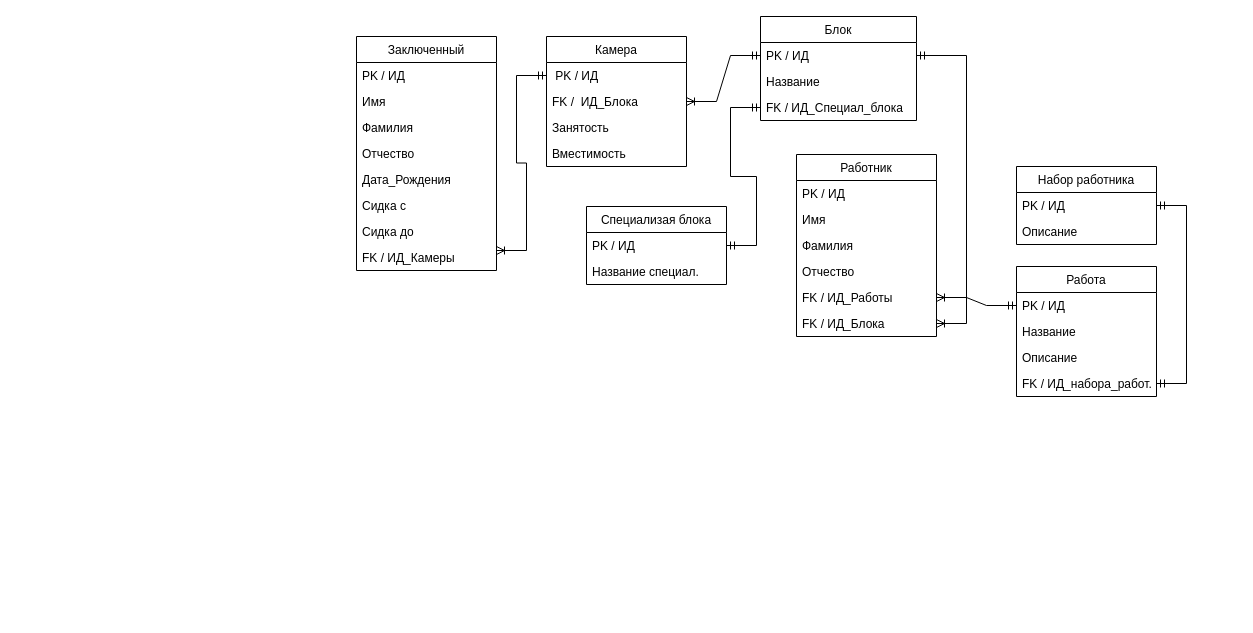
Above: DeepDarkPrison.drawio in UserPotato228/Educ_Practice0 (draw.io), before the change. Source tidied: cells renumbered, new cells numbered last; positions are measured from the earlier drawing's top-left corner, leaving out a move shared by most shapes. Both pictures are drawn from the tidied source at 100%, with x=0, y=0 at pixel (356, 16).
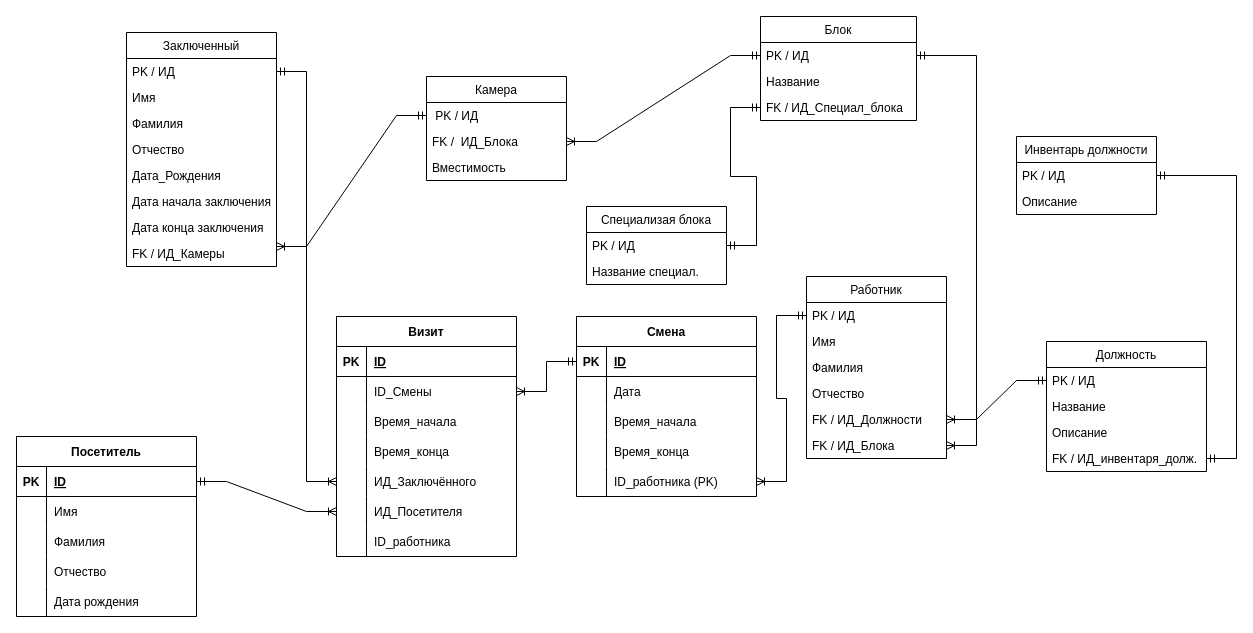
The same page after the edit.

Unchanged cells that the change refers to:
```xml
<mxCell id="12" value="PK / ИД" style="text;strokeColor=none;fillColor=none;align=left;verticalAlign=top;spacingLeft=4;spacingRight=4;overflow=hidden;points=[[0,0.5],[1,0.5]];portConstraint=eastwest;" parent="11" vertex="1">
  <mxGeometry y="26" width="140" height="26" as="geometry" />
</mxCell>
```

Change to the diagram source:
```diff
@@
     <mxCell id="2" value="Заключенный" style="swimlane;fontStyle=0;horizontal=1;startSize=26;fillColor=none;" parent="1" vertex="1">
-      <mxGeometry y="20" width="140" height="234" as="geometry" />
+      <mxGeometry x="-230" y="16" width="150" height="234" as="geometry" />
     </mxCell>
     <mxCell id="3" value="PK / ИД" style="text;strokeColor=none;fillColor=none;align=left;verticalAlign=top;spacingLeft=4;spacingRight=4;overflow=hidden;points=[[0,0.5],[1,0.5]];portConstraint=eastwest;" parent="2" vertex="1">
-      <mxGeometry y="26" width="140" height="26" as="geometry" />
+      <mxGeometry y="26" width="150" height="26" as="geometry" />
     </mxCell>
     <mxCell id="4" value="Имя" style="text;strokeColor=none;fillColor=none;align=left;verticalAlign=top;spacingLeft=4;spacingRight=4;overflow=hidden;" parent="2" vertex="1">
-      <mxGeometry y="52" width="140" height="26" as="geometry" />
+      <mxGeometry y="52" width="150" height="26" as="geometry" />
     </mxCell>
     <mxCell id="5" value="Фамилия" style="text;strokeColor=none;fillColor=none;align=left;verticalAlign=top;spacingLeft=4;spacingRight=4;overflow=hidden;" parent="2" vertex="1">
-      <mxGeometry y="78" width="140" height="26" as="geometry" />
+      <mxGeometry y="78" width="150" height="26" as="geometry" />
     </mxCell>
     <mxCell id="6" value="Отчество" style="text;strokeColor=none;fillColor=none;align=left;verticalAlign=top;spacingLeft=4;spacingRight=4;overflow=hidden;" parent="2" vertex="1">
-      <mxGeometry y="104" width="140" height="26" as="geometry" />
+      <mxGeometry y="104" width="150" height="26" as="geometry" />
     </mxCell>
     <mxCell id="7" value="Дата_Рождения" style="text;strokeColor=none;fillColor=none;align=left;verticalAlign=top;spacingLeft=4;spacingRight=4;overflow=hidden;" parent="2" vertex="1">
-      <mxGeometry y="130" width="140" height="26" as="geometry" />
+      <mxGeometry y="130" width="150" height="26" as="geometry" />
     </mxCell>
-    <mxCell id="8" value="Сидка с" style="text;strokeColor=none;fillColor=none;align=left;verticalAlign=top;spacingLeft=4;spacingRight=4;overflow=hidden;" parent="2" vertex="1">
-      <mxGeometry y="156" width="140" height="26" as="geometry" />
+    <mxCell id="8" value="Дата начала заключения" style="text;strokeColor=none;fillColor=none;align=left;verticalAlign=top;spacingLeft=4;spacingRight=4;overflow=hidden;" parent="2" vertex="1">
+      <mxGeometry y="156" width="150" height="26" as="geometry" />
     </mxCell>
-    <mxCell id="9" value="Сидка до" style="text;strokeColor=none;fillColor=none;align=left;verticalAlign=top;spacingLeft=4;spacingRight=4;overflow=hidden;" parent="2" vertex="1">
-      <mxGeometry y="182" width="140" height="26" as="geometry" />
+    <mxCell id="9" value="Дата конца заключения" style="text;strokeColor=none;fillColor=none;align=left;verticalAlign=top;spacingLeft=4;spacingRight=4;overflow=hidden;" parent="2" vertex="1">
+      <mxGeometry y="182" width="150" height="26" as="geometry" />
     </mxCell>
     <mxCell id="10" value="FK / ИД_Камеры" style="text;strokeColor=none;fillColor=none;align=left;verticalAlign=top;spacingLeft=4;spacingRight=4;overflow=hidden;points=[[0,0.5],[1,0.5]];portConstraint=eastwest;" parent="2" vertex="1">
-      <mxGeometry y="208" width="140" height="26" as="geometry" />
+      <mxGeometry y="208" width="150" height="26" as="geometry" />
     </mxCell>
     <mxCell id="11" value="Работник" style="swimlane;fontStyle=0;horizontal=1;startSize=26;fillColor=none;" parent="1" vertex="1">
-      <mxGeometry x="440" y="138" width="140" height="182" as="geometry" />
+      <mxGeometry x="450" y="260" width="140" height="182" as="geometry" />
     </mxCell>
@@
-    <mxCell id="16" value="FK / ИД_Работы" style="text;strokeColor=none;fillColor=none;align=left;verticalAlign=top;spacingLeft=4;spacingRight=4;overflow=hidden;points=[[0,0.5],[1,0.5]];portConstraint=eastwest;" parent="11" vertex="1">
+    <mxCell id="16" value="FK / ИД_Должности" style="text;strokeColor=none;fillColor=none;align=left;verticalAlign=top;spacingLeft=4;spacingRight=4;overflow=hidden;points=[[0,0.5],[1,0.5]];portConstraint=eastwest;" parent="11" vertex="1">
       <mxGeometry y="130" width="140" height="26" as="geometry" />
     </mxCell>
@@
     <mxCell id="18" value="Камера" style="swimlane;fontStyle=0;horizontal=1;startSize=26;fillColor=none;" parent="1" vertex="1">
-      <mxGeometry x="190" y="20" width="140" height="130" as="geometry" />
+      <mxGeometry x="70" y="60" width="140" height="104" as="geometry" />
     </mxCell>
@@
-    <mxCell id="21" value="Занятость" style="text;strokeColor=none;fillColor=none;align=left;verticalAlign=top;spacingLeft=4;spacingRight=4;overflow=hidden;" parent="18" vertex="1">
-      <mxGeometry y="78" width="140" height="26" as="geometry" />
-    </mxCell>
     <mxCell id="22" value="Вместимость" style="text;strokeColor=none;fillColor=none;align=left;verticalAlign=top;spacingLeft=4;spacingRight=4;overflow=hidden;" parent="18" vertex="1">
-      <mxGeometry y="104" width="140" height="26" as="geometry" />
+      <mxGeometry y="78" width="140" height="26" as="geometry" />
     </mxCell>
@@
-    <mxCell id="30" value="Работа" style="swimlane;fontStyle=0;horizontal=1;startSize=26;fillColor=none;" parent="1" vertex="1">
-      <mxGeometry x="660" y="250" width="140" height="130" as="geometry" />
+    <mxCell id="30" value="Должность" style="swimlane;fontStyle=0;horizontal=1;startSize=26;fillColor=none;" parent="1" vertex="1">
+      <mxGeometry x="690" y="325" width="160" height="130" as="geometry" />
     </mxCell>
     <mxCell id="31" value="PK / ИД" style="text;strokeColor=none;fillColor=none;align=left;verticalAlign=top;spacingLeft=4;spacingRight=4;overflow=hidden;points=[[0,0.5],[1,0.5]];portConstraint=eastwest;" parent="30" vertex="1">
-      <mxGeometry y="26" width="140" height="26" as="geometry" />
+      <mxGeometry y="26" width="160" height="26" as="geometry" />
     </mxCell>
     <mxCell id="32" value="Название" style="text;strokeColor=none;fillColor=none;align=left;verticalAlign=top;spacingLeft=4;spacingRight=4;overflow=hidden;" parent="30" vertex="1">
-      <mxGeometry y="52" width="140" height="26" as="geometry" />
+      <mxGeometry y="52" width="160" height="26" as="geometry" />
     </mxCell>
     <mxCell id="33" value="Описание" style="text;strokeColor=none;fillColor=none;align=left;verticalAlign=top;spacingLeft=4;spacingRight=4;overflow=hidden;" parent="30" vertex="1">
-      <mxGeometry y="78" width="140" height="26" as="geometry" />
+      <mxGeometry y="78" width="160" height="26" as="geometry" />
     </mxCell>
-    <mxCell id="34" value="FK / ИД_набора_работ." style="text;strokeColor=none;fillColor=none;align=left;verticalAlign=top;spacingLeft=4;spacingRight=4;overflow=hidden;points=[[0,0.5],[1,0.5]];portConstraint=eastwest;" parent="30" vertex="1">
-      <mxGeometry y="104" width="140" height="26" as="geometry" />
+    <mxCell id="34" value="FK / ИД_инвентаря_долж." style="text;strokeColor=none;fillColor=none;align=left;verticalAlign=top;spacingLeft=4;spacingRight=4;overflow=hidden;points=[[0,0.5],[1,0.5]];portConstraint=eastwest;" parent="30" vertex="1">
+      <mxGeometry y="104" width="160" height="26" as="geometry" />
     </mxCell>
-    <mxCell id="35" value="Набор работника" style="swimlane;fontStyle=0;horizontal=1;startSize=26;fillColor=none;" parent="1" vertex="1">
-      <mxGeometry x="660" y="150" width="140" height="78" as="geometry" />
+    <mxCell id="35" value="Инвентарь должности" style="swimlane;fontStyle=0;horizontal=1;startSize=26;fillColor=none;" parent="1" vertex="1">
+      <mxGeometry x="660" y="120" width="140" height="78" as="geometry" />
     </mxCell>
@@
+    <mxCell id="44" value="Смена" style="shape=table;startSize=30;childLayout=tableLayout;rowLines=0;fontStyle=1;align=center;" parent="1" vertex="1">
+      <mxGeometry x="220" y="300" width="180" height="180" as="geometry" />
+    </mxCell>
+    <mxCell id="45" style="shape=tableRow;horizontal=0;startSize=0;swimlaneHead=0;swimlaneBody=0;fillColor=none;points=[[0,0.5],[1,0.5]];portConstraint=eastwest;top=0;left=0;right=0;bottom=1;" parent="44" vertex="1">
+      <mxGeometry y="30" width="180" height="30" as="geometry" />
+    </mxCell>
+    <mxCell id="46" value="PK" style="shape=partialRectangle;fillColor=none;top=0;left=0;bottom=0;right=0;fontStyle=1;overflow=hidden;" parent="45" vertex="1">
+      <mxGeometry width="30" height="30" as="geometry" />
+    </mxCell>
+    <mxCell id="47" value="ID" style="shape=partialRectangle;fillColor=none;top=0;left=0;bottom=0;right=0;align=left;spacingLeft=6;fontStyle=5;overflow=hidden;" parent="45" vertex="1">
+      <mxGeometry x="30" width="150" height="30" as="geometry" />
+    </mxCell>
+    <mxCell id="48" style="shape=tableRow;horizontal=0;startSize=0;swimlaneHead=0;swimlaneBody=0;fillColor=none;top=0;left=0;right=0;bottom=0;" parent="44" vertex="1">
+      <mxGeometry y="60" width="180" height="30" as="geometry" />
+    </mxCell>
+    <mxCell id="49" style="shape=partialRectangle;fillColor=none;top=0;left=0;bottom=0;right=0;overflow=hidden;" parent="48" vertex="1">
+      <mxGeometry width="30" height="30" as="geometry" />
+    </mxCell>
+    <mxCell id="50" value="Дата" style="shape=partialRectangle;fillColor=none;top=0;left=0;bottom=0;right=0;align=left;spacingLeft=6;overflow=hidden;" parent="48" vertex="1">
+      <mxGeometry x="30" width="150" height="30" as="geometry" />
+    </mxCell>
+    <mxCell id="51" style="shape=tableRow;horizontal=0;startSize=0;swimlaneHead=0;swimlaneBody=0;fillColor=none;top=0;left=0;right=0;bottom=0;" parent="44" vertex="1">
+      <mxGeometry y="90" width="180" height="30" as="geometry" />
+    </mxCell>
+    <mxCell id="52" style="shape=partialRectangle;fillColor=none;top=0;left=0;bottom=0;right=0;overflow=hidden;" parent="51" vertex="1">
+      <mxGeometry width="30" height="30" as="geometry" />
+    </mxCell>
+    <mxCell id="53" value="Время_начала" style="shape=partialRectangle;fillColor=none;top=0;left=0;bottom=0;right=0;align=left;spacingLeft=6;overflow=hidden;" parent="51" vertex="1">
+      <mxGeometry x="30" width="150" height="30" as="geometry" />
+    </mxCell>
+    <mxCell id="54" style="shape=tableRow;horizontal=0;startSize=0;swimlaneHead=0;swimlaneBody=0;fillColor=none;top=0;left=0;right=0;bottom=0;" parent="44" vertex="1">
+      <mxGeometry y="120" width="180" height="30" as="geometry" />
+    </mxCell>
+    <mxCell id="55" style="shape=partialRectangle;fillColor=none;top=0;left=0;bottom=0;right=0;overflow=hidden;" parent="54" vertex="1">
+      <mxGeometry width="30" height="30" as="geometry" />
+    </mxCell>
+    <mxCell id="56" value="Время_конца" style="shape=partialRectangle;fillColor=none;top=0;left=0;bottom=0;right=0;align=left;spacingLeft=6;overflow=hidden;" parent="54" vertex="1">
+      <mxGeometry x="30" width="150" height="30" as="geometry" />
+    </mxCell>
+    <mxCell id="57" style="shape=tableRow;horizontal=0;startSize=0;swimlaneHead=0;swimlaneBody=0;fillColor=none;points=[[0,0.5],[1,0.5]];portConstraint=eastwest;top=0;left=0;right=0;bottom=0;" parent="44" vertex="1">
+      <mxGeometry y="150" width="180" height="30" as="geometry" />
+    </mxCell>
+    <mxCell id="58" style="shape=partialRectangle;fillColor=none;top=0;left=0;bottom=0;right=0;overflow=hidden;" parent="57" vertex="1">
+      <mxGeometry width="30" height="30" as="geometry" />
+    </mxCell>
+    <mxCell id="59" value="ID_работника (PK)" style="shape=partialRectangle;fillColor=none;top=0;left=0;bottom=0;right=0;align=left;spacingLeft=6;overflow=hidden;" parent="57" vertex="1">
+      <mxGeometry x="30" width="150" height="30" as="geometry" />
+    </mxCell>
+    <mxCell id="60" value="Визит" style="shape=table;startSize=30;childLayout=tableLayout;rowLines=0;fontStyle=1;align=center;" parent="1" vertex="1">
+      <mxGeometry x="-20" y="300" width="180" height="240" as="geometry" />
+    </mxCell>
+    <mxCell id="61" style="shape=tableRow;horizontal=0;startSize=0;swimlaneHead=0;swimlaneBody=0;fillColor=none;top=0;left=0;right=0;bottom=1;" parent="60" vertex="1">
+      <mxGeometry y="30" width="180" height="30" as="geometry" />
+    </mxCell>
+    <mxCell id="62" value="PK" style="shape=partialRectangle;fillColor=none;top=0;left=0;bottom=0;right=0;fontStyle=1;overflow=hidden;" parent="61" vertex="1">
+      <mxGeometry width="30" height="30" as="geometry" />
+    </mxCell>
+    <mxCell id="63" value="ID" style="shape=partialRectangle;fillColor=none;top=0;left=0;bottom=0;right=0;align=left;spacingLeft=6;fontStyle=5;overflow=hidden;" parent="61" vertex="1">
+      <mxGeometry x="30" width="150" height="30" as="geometry" />
+    </mxCell>
+    <mxCell id="64" style="shape=tableRow;horizontal=0;startSize=0;swimlaneHead=0;swimlaneBody=0;fillColor=none;points=[[0,0.5],[1,0.5]];portConstraint=eastwest;top=0;left=0;right=0;bottom=0;" parent="60" vertex="1">
+      <mxGeometry y="60" width="180" height="30" as="geometry" />
+    </mxCell>
+    <mxCell id="65" style="shape=partialRectangle;fillColor=none;top=0;left=0;bottom=0;right=0;overflow=hidden;" parent="64" vertex="1">
+      <mxGeometry width="30" height="30" as="geometry" />
+    </mxCell>
+    <mxCell id="66" value="ID_Смены" style="shape=partialRectangle;fillColor=none;top=0;left=0;bottom=0;right=0;align=left;spacingLeft=6;overflow=hidden;" parent="64" vertex="1">
+      <mxGeometry x="30" width="150" height="30" as="geometry" />
+    </mxCell>
+    <mxCell id="67" style="shape=tableRow;horizontal=0;startSize=0;swimlaneHead=0;swimlaneBody=0;fillColor=none;top=0;left=0;right=0;bottom=0;" parent="60" vertex="1">
+      <mxGeometry y="90" width="180" height="30" as="geometry" />
+    </mxCell>
+    <mxCell id="68" style="shape=partialRectangle;fillColor=none;top=0;left=0;bottom=0;right=0;overflow=hidden;" parent="67" vertex="1">
+      <mxGeometry width="30" height="30" as="geometry" />
+    </mxCell>
+    <mxCell id="69" value="Время_начала" style="shape=partialRectangle;fillColor=none;top=0;left=0;bottom=0;right=0;align=left;spacingLeft=6;overflow=hidden;" parent="67" vertex="1">
+      <mxGeometry x="30" width="150" height="30" as="geometry" />
+    </mxCell>
+    <mxCell id="70" style="shape=tableRow;horizontal=0;startSize=0;swimlaneHead=0;swimlaneBody=0;fillColor=none;top=0;left=0;right=0;bottom=0;" parent="60" vertex="1">
+      <mxGeometry y="120" width="180" height="30" as="geometry" />
+    </mxCell>
+    <mxCell id="71" style="shape=partialRectangle;fillColor=none;top=0;left=0;bottom=0;right=0;overflow=hidden;" parent="70" vertex="1">
+      <mxGeometry width="30" height="30" as="geometry" />
+    </mxCell>
+    <mxCell id="72" value="Время_конца" style="shape=partialRectangle;fillColor=none;top=0;left=0;bottom=0;right=0;align=left;spacingLeft=6;overflow=hidden;" parent="70" vertex="1">
+      <mxGeometry x="30" width="150" height="30" as="geometry" />
+    </mxCell>
+    <mxCell id="73" style="shape=tableRow;horizontal=0;startSize=0;swimlaneHead=0;swimlaneBody=0;fillColor=none;points=[[0,0.5],[1,0.5]];portConstraint=eastwest;top=0;left=0;right=0;bottom=0;" parent="60" vertex="1">
+      <mxGeometry y="150" width="180" height="30" as="geometry" />
+    </mxCell>
+    <mxCell id="74" style="shape=partialRectangle;fillColor=none;top=0;left=0;bottom=0;right=0;overflow=hidden;" parent="73" vertex="1">
+      <mxGeometry width="30" height="30" as="geometry" />
+    </mxCell>
+    <mxCell id="75" value="ИД_Заключённого" style="shape=partialRectangle;fillColor=none;top=0;left=0;bottom=0;right=0;align=left;spacingLeft=6;overflow=hidden;" parent="73" vertex="1">
+      <mxGeometry x="30" width="150" height="30" as="geometry" />
+    </mxCell>
+    <mxCell id="76" style="shape=tableRow;horizontal=0;startSize=0;swimlaneHead=0;swimlaneBody=0;fillColor=none;points=[[0,0.5],[1,0.5]];portConstraint=eastwest;top=0;left=0;right=0;bottom=0;" parent="60" vertex="1">
+      <mxGeometry y="180" width="180" height="30" as="geometry" />
+    </mxCell>
+    <mxCell id="77" style="shape=partialRectangle;fillColor=none;top=0;left=0;bottom=0;right=0;overflow=hidden;" parent="76" vertex="1">
+      <mxGeometry width="30" height="30" as="geometry" />
+    </mxCell>
+    <mxCell id="78" value="ИД_Посетителя" style="shape=partialRectangle;fillColor=none;top=0;left=0;bottom=0;right=0;align=left;spacingLeft=6;overflow=hidden;" parent="76" vertex="1">
+      <mxGeometry x="30" width="150" height="30" as="geometry" />
+    </mxCell>
+    <mxCell id="79" style="shape=tableRow;horizontal=0;startSize=0;swimlaneHead=0;swimlaneBody=0;fillColor=none;top=0;left=0;right=0;bottom=0;" parent="60" vertex="1">
+      <mxGeometry y="210" width="180" height="30" as="geometry" />
+    </mxCell>
+    <mxCell id="80" style="shape=partialRectangle;fillColor=none;top=0;left=0;bottom=0;right=0;overflow=hidden;" parent="79" vertex="1">
+      <mxGeometry width="30" height="30" as="geometry" />
+    </mxCell>
+    <mxCell id="81" value="ID_работника " style="shape=partialRectangle;fillColor=none;top=0;left=0;bottom=0;right=0;align=left;spacingLeft=6;overflow=hidden;" parent="79" vertex="1">
+      <mxGeometry x="30" width="150" height="30" as="geometry" />
+    </mxCell>
+    <mxCell id="82" value="Посетитель" style="shape=table;startSize=30;childLayout=tableLayout;rowLines=0;fontStyle=1;align=center;" parent="1" vertex="1">
+      <mxGeometry x="-340" y="420" width="180" height="180" as="geometry" />
+    </mxCell>
+    <mxCell id="83" style="shape=tableRow;horizontal=0;startSize=0;swimlaneHead=0;swimlaneBody=0;fillColor=none;points=[[0,0.5],[1,0.5]];portConstraint=eastwest;top=0;left=0;right=0;bottom=1;" parent="82" vertex="1">
+      <mxGeometry y="30" width="180" height="30" as="geometry" />
+    </mxCell>
+    <mxCell id="84" value="PK" style="shape=partialRectangle;fillColor=none;top=0;left=0;bottom=0;right=0;fontStyle=1;overflow=hidden;" parent="83" vertex="1">
+      <mxGeometry width="30" height="30" as="geometry" />
+    </mxCell>
+    <mxCell id="85" value="ID" style="shape=partialRectangle;fillColor=none;top=0;left=0;bottom=0;right=0;align=left;spacingLeft=6;fontStyle=5;overflow=hidden;" parent="83" vertex="1">
+      <mxGeometry x="30" width="150" height="30" as="geometry" />
+    </mxCell>
+    <mxCell id="86" style="shape=tableRow;horizontal=0;startSize=0;swimlaneHead=0;swimlaneBody=0;fillColor=none;top=0;left=0;right=0;bottom=0;" parent="82" vertex="1">
+      <mxGeometry y="60" width="180" height="30" as="geometry" />
+    </mxCell>
+    <mxCell id="87" style="shape=partialRectangle;fillColor=none;top=0;left=0;bottom=0;right=0;overflow=hidden;" parent="86" vertex="1">
+      <mxGeometry width="30" height="30" as="geometry" />
+    </mxCell>
+    <mxCell id="88" value="Имя" style="shape=partialRectangle;fillColor=none;top=0;left=0;bottom=0;right=0;align=left;spacingLeft=6;overflow=hidden;" parent="86" vertex="1">
+      <mxGeometry x="30" width="150" height="30" as="geometry" />
+    </mxCell>
+    <mxCell id="89" style="shape=tableRow;horizontal=0;startSize=0;swimlaneHead=0;swimlaneBody=0;fillColor=none;top=0;left=0;right=0;bottom=0;" parent="82" vertex="1">
+      <mxGeometry y="90" width="180" height="30" as="geometry" />
+    </mxCell>
+    <mxCell id="90" style="shape=partialRectangle;fillColor=none;top=0;left=0;bottom=0;right=0;overflow=hidden;" parent="89" vertex="1">
+      <mxGeometry width="30" height="30" as="geometry" />
+    </mxCell>
+    <mxCell id="91" value="Фамилия" style="shape=partialRectangle;fillColor=none;top=0;left=0;bottom=0;right=0;align=left;spacingLeft=6;overflow=hidden;" parent="89" vertex="1">
+      <mxGeometry x="30" width="150" height="30" as="geometry" />
+    </mxCell>
+    <mxCell id="92" style="shape=tableRow;horizontal=0;startSize=0;swimlaneHead=0;swimlaneBody=0;fillColor=none;top=0;left=0;right=0;bottom=0;" parent="82" vertex="1">
+      <mxGeometry y="120" width="180" height="30" as="geometry" />
+    </mxCell>
+    <mxCell id="93" style="shape=partialRectangle;fillColor=none;top=0;left=0;bottom=0;right=0;overflow=hidden;" parent="92" vertex="1">
+      <mxGeometry width="30" height="30" as="geometry" />
+    </mxCell>
+    <mxCell id="94" value="Отчество" style="shape=partialRectangle;fillColor=none;top=0;left=0;bottom=0;right=0;align=left;spacingLeft=6;overflow=hidden;" parent="92" vertex="1">
+      <mxGeometry x="30" width="150" height="30" as="geometry" />
+    </mxCell>
+    <mxCell id="95" style="shape=tableRow;horizontal=0;startSize=0;swimlaneHead=0;swimlaneBody=0;fillColor=none;top=0;left=0;right=0;bottom=0;" parent="82" vertex="1">
+      <mxGeometry y="150" width="180" height="30" as="geometry" />
+    </mxCell>
+    <mxCell id="96" style="shape=partialRectangle;fillColor=none;top=0;left=0;bottom=0;right=0;overflow=hidden;" parent="95" vertex="1">
+      <mxGeometry width="30" height="30" as="geometry" />
+    </mxCell>
+    <mxCell id="97" value="Дата рождения" style="shape=partialRectangle;fillColor=none;top=0;left=0;bottom=0;right=0;align=left;spacingLeft=6;overflow=hidden;" parent="95" vertex="1">
+      <mxGeometry x="30" width="150" height="30" as="geometry" />
+    </mxCell>
+    <mxCell id="98" style="edgeStyle=entityRelationEdgeStyle;fontSize=12;html=1;endArrow=ERoneToMany;startArrow=ERmandOne;rounded=0;endFill=0;" parent="1" edge="1" source="83" target="76">
+      <mxGeometry relative="1" as="geometry" />
+    </mxCell>
+    <mxCell id="99" style="edgeStyle=entityRelationEdgeStyle;fontSize=12;html=1;endArrow=ERmandOne;startArrow=ERoneToMany;rounded=0;endFill=0;startFill=0;" parent="1" edge="1" source="73" target="3">
+      <mxGeometry relative="1" as="geometry" />
+    </mxCell>
+    <mxCell id="100" style="edgeStyle=entityRelationEdgeStyle;fontSize=12;html=1;endArrow=ERoneToMany;startArrow=ERmandOne;rounded=0;" parent="1" edge="1" source="45" target="64">
+      <mxGeometry relative="1" as="geometry" />
+    </mxCell>
+    <mxCell id="101" style="edgeStyle=entityRelationEdgeStyle;fontSize=12;html=1;endArrow=ERmandOne;startArrow=ERoneToMany;rounded=0;startFill=0;endFill=0;" parent="1" edge="1" source="57" target="12">
+      <mxGeometry relative="1" as="geometry" />
+    </mxCell>
```
